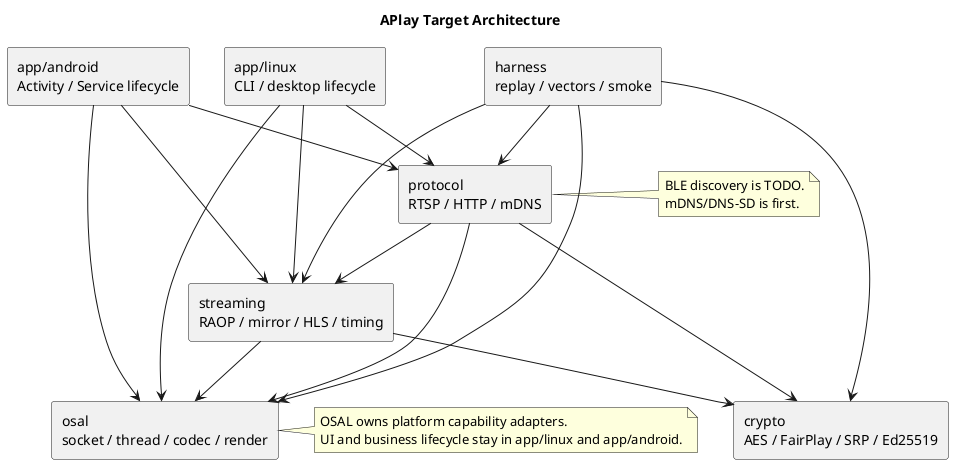
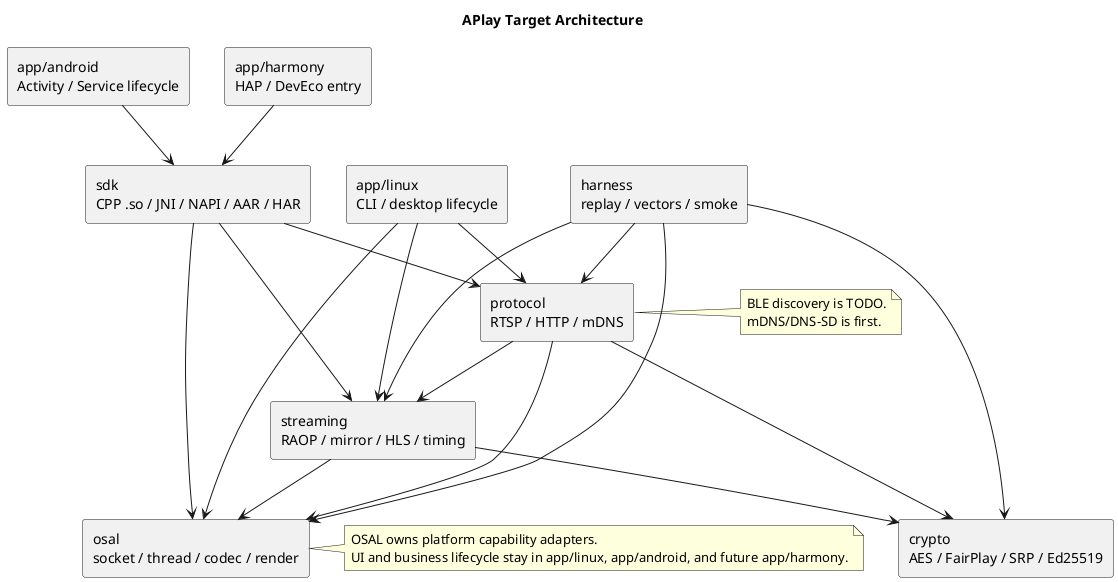
@startuml
title APlay Target Architecture

skinparam componentStyle rectangle

component "app/linux\nCLI / desktop lifecycle" as LinuxApp
+ component "sdk\nCPP .so / JNI / NAPI / AAR / HAR" as Sdk
component "app/android\nActivity / Service lifecycle" as AndroidApp
+ component "app/harmony\nHAP / DevEco entry" as HarmonyApp
component "protocol\nRTSP / HTTP / mDNS" as Protocol
component "streaming\nRAOP / mirror / HLS / timing" as Streaming
component "crypto\nAES / FairPlay / SRP / Ed25519" as Crypto
component "osal\nsocket / thread / codec / render" as Osal
component "harness\nreplay / vectors / smoke" as Harness

LinuxApp --> Protocol
LinuxApp --> Streaming
LinuxApp --> Osal
- AndroidApp --> Protocol
- AndroidApp --> Streaming
- AndroidApp --> Osal
+ AndroidApp --> Sdk
+ HarmonyApp --> Sdk
+ Sdk --> Protocol
+ Sdk --> Streaming
+ Sdk --> Osal
Protocol --> Crypto
Protocol --> Streaming
Protocol --> Osal
Streaming --> Crypto
Streaming --> Osal
Harness --> Protocol
Harness --> Streaming
Harness --> Crypto
Harness --> Osal

note right of Protocol
BLE discovery is TODO.
mDNS/DNS-SD is first.
end note

note right of Osal
OSAL owns platform capability adapters.
- UI and business lifecycle stay in app/linux and app/android.
+ UI and business lifecycle stay in app/linux, app/android, and future app/harmony.
end note

@enduml
